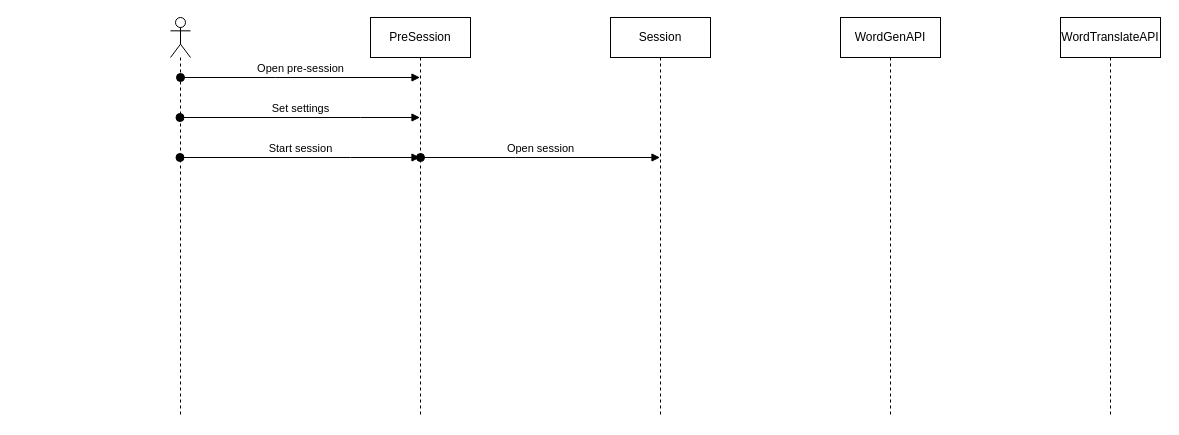
empty-works/lingua-flash keeps this draw.io diagram as docs/diagrams/sequence/linguaFlashSessionSequenceDiagram.drawio. Above is the earlier version. Source tidied: cells renumbered, new cells numbered last; positions are measured from the earlier drawing's top-left corner, leaving out a move shared by most shapes. Both pictures are drawn from the tidied source at 100%, with x=0, y=0 at pixel (170, 17).
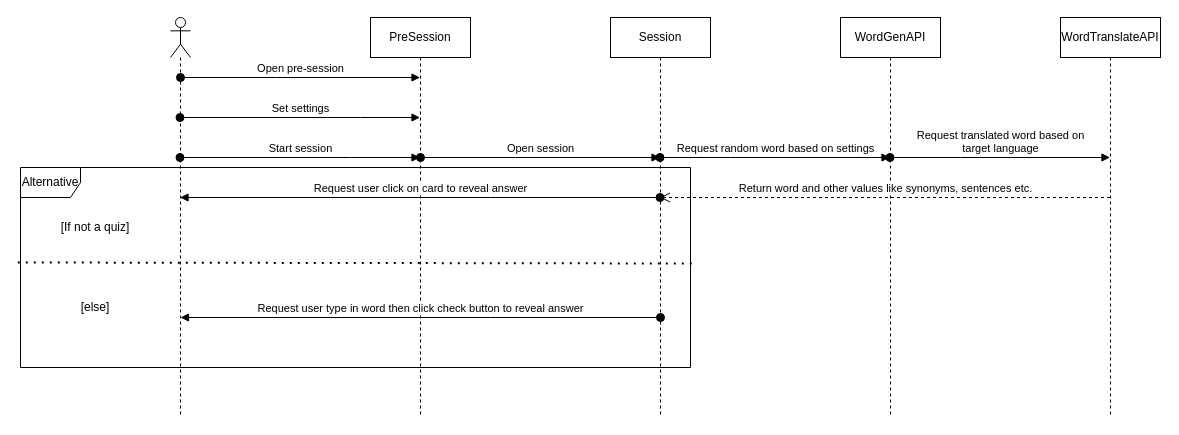
The same page after the edit.

Commit message:
Update linguaFlashSessionSequenceDiagram.drawio - added more requests and returns

Unchanged cells that the change refers to:
```xml
<mxCell id="2" style="shape=umlLifeline;perimeter=lifelinePerimeter;whiteSpace=wrap;html=1;outlineConnect=0;portConstraint=eastwest;newEdgeStyle={&quot;edgeStyle&quot;:&quot;elbowEdgeStyle&quot;,&quot;elbow&quot;:&quot;vertical&quot;,&quot;curved&quot;:0,&quot;rounded&quot;:0};participant=umlActor;" parent="1" vertex="1">
  <mxGeometry width="20" height="400" as="geometry" />
</mxCell>
<mxCell id="6" value="Session" style="shape=umlLifeline;perimeter=lifelinePerimeter;whiteSpace=wrap;html=1;outlineConnect=0;portConstraint=eastwest;newEdgeStyle={&quot;edgeStyle&quot;:&quot;elbowEdgeStyle&quot;,&quot;elbow&quot;:&quot;vertical&quot;,&quot;curved&quot;:0,&quot;rounded&quot;:0};" parent="1" vertex="1">
  <mxGeometry x="440" width="100" height="400" as="geometry" />
</mxCell>
<mxCell id="9" value="WordGenAPI" style="shape=umlLifeline;perimeter=lifelinePerimeter;whiteSpace=wrap;html=1;outlineConnect=0;portConstraint=eastwest;newEdgeStyle={&quot;edgeStyle&quot;:&quot;elbowEdgeStyle&quot;,&quot;elbow&quot;:&quot;vertical&quot;,&quot;curved&quot;:0,&quot;rounded&quot;:0};" parent="1" vertex="1">
  <mxGeometry x="670" width="100" height="400" as="geometry" />
</mxCell>
<mxCell id="10" value="WordTranslateAPI" style="shape=umlLifeline;perimeter=lifelinePerimeter;whiteSpace=wrap;html=1;outlineConnect=0;portConstraint=eastwest;newEdgeStyle={&quot;edgeStyle&quot;:&quot;elbowEdgeStyle&quot;,&quot;elbow&quot;:&quot;vertical&quot;,&quot;curved&quot;:0,&quot;rounded&quot;:0};" parent="1" vertex="1">
  <mxGeometry x="890" width="100" height="400" as="geometry" />
</mxCell>
```

The edit, as a diff of the source:
```diff
@@
+    <mxCell id="11" value="Request random word based on settings" style="html=1;verticalAlign=bottom;startArrow=oval;startFill=1;endArrow=block;startSize=8;edgeStyle=elbowEdgeStyle;elbow=vertical;curved=0;rounded=0;" parent="1" edge="1" source="6" target="9">
+      <mxGeometry relative="1" as="geometry">
+        <Array as="points">
+          <mxPoint x="560" y="140" />
+        </Array>
+      </mxGeometry>
+    </mxCell>
+    <mxCell id="12" value="&lt;div&gt;Request translated word based on &lt;br&gt;&lt;/div&gt;&lt;div&gt;target language&lt;br&gt;&lt;/div&gt;" style="html=1;verticalAlign=bottom;startArrow=oval;startFill=1;endArrow=block;startSize=8;edgeStyle=elbowEdgeStyle;elbow=vertical;curved=0;rounded=0;" parent="1" edge="1" source="9" target="10">
+      <mxGeometry relative="1" as="geometry">
+        <Array as="points">
+          <mxPoint x="790" y="140" />
+          <mxPoint x="750" y="130" />
+        </Array>
+      </mxGeometry>
+    </mxCell>
+    <mxCell id="13" value="Return word and other values like synonyms, sentences etc." style="html=1;verticalAlign=bottom;endArrow=open;dashed=1;endSize=8;edgeStyle=elbowEdgeStyle;elbow=vertical;curved=0;rounded=0;" parent="1" edge="1" source="10" target="6">
+      <mxGeometry relative="1" as="geometry">
+        <Array as="points">
+          <mxPoint x="570" y="180" />
+        </Array>
+      </mxGeometry>
+    </mxCell>
+    <mxCell id="14" value="Request user click on card to reveal answer" style="html=1;verticalAlign=bottom;startArrow=oval;startFill=1;endArrow=block;startSize=8;edgeStyle=elbowEdgeStyle;elbow=vertical;curved=0;rounded=0;" parent="1" edge="1" source="6" target="2">
+      <mxGeometry relative="1" as="geometry">
+        <Array as="points">
+          <mxPoint x="320" y="180" />
+        </Array>
+      </mxGeometry>
+    </mxCell>
+    <mxCell id="15" value="&lt;div&gt;Alternative&lt;/div&gt;" style="shape=umlFrame;whiteSpace=wrap;html=1;" parent="1" vertex="1">
+      <mxGeometry x="-150" y="150" width="670" height="200" as="geometry" />
+    </mxCell>
+    <mxCell id="16" style="endArrow=none;dashed=1;html=1;dashPattern=1 3;strokeWidth=2;rounded=0;exitX=-0.004;exitY=0.475;exitDx=0;exitDy=0;exitPerimeter=0;entryX=1.004;entryY=0.48;entryDx=0;entryDy=0;entryPerimeter=0;" parent="1" edge="1" source="15" target="15">
+      <mxGeometry relative="1" as="geometry" />
+    </mxCell>
+    <mxCell id="17" value="[If not a quiz]" style="text;html=1;strokeColor=none;fillColor=none;align=center;verticalAlign=middle;whiteSpace=wrap;rounded=0;" parent="1" vertex="1">
+      <mxGeometry x="-130" y="190" width="110" height="40" as="geometry" />
+    </mxCell>
+    <mxCell id="18" value="[else]" style="text;html=1;strokeColor=none;fillColor=none;align=center;verticalAlign=middle;whiteSpace=wrap;rounded=0;" parent="1" vertex="1">
+      <mxGeometry x="-130" y="270" width="110" height="40" as="geometry" />
+    </mxCell>
+    <mxCell id="19" value="Request user type in word then click check button to reveal answer" style="html=1;verticalAlign=bottom;startArrow=oval;startFill=1;endArrow=block;startSize=8;edgeStyle=elbowEdgeStyle;elbow=vertical;curved=0;rounded=0;" parent="1" edge="1">
+      <mxGeometry relative="1" as="geometry">
+        <mxPoint x="490" y="300" as="sourcePoint" />
+        <mxPoint x="10" y="300" as="targetPoint" />
+        <Array as="points">
+          <mxPoint x="320" y="300" />
+        </Array>
+      </mxGeometry>
+    </mxCell>
```
